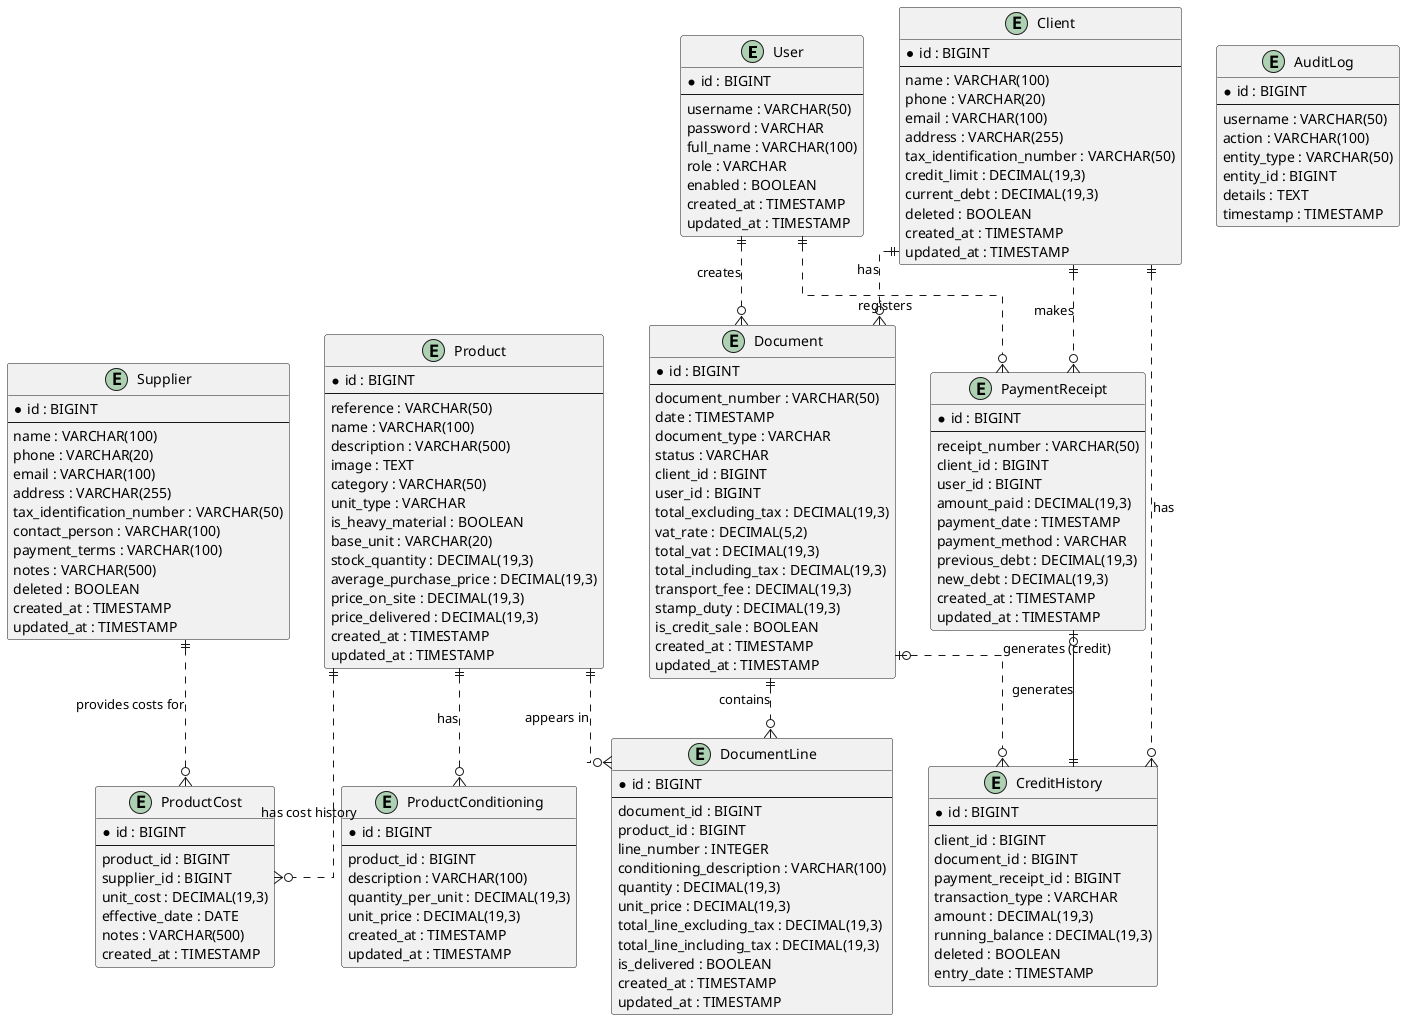
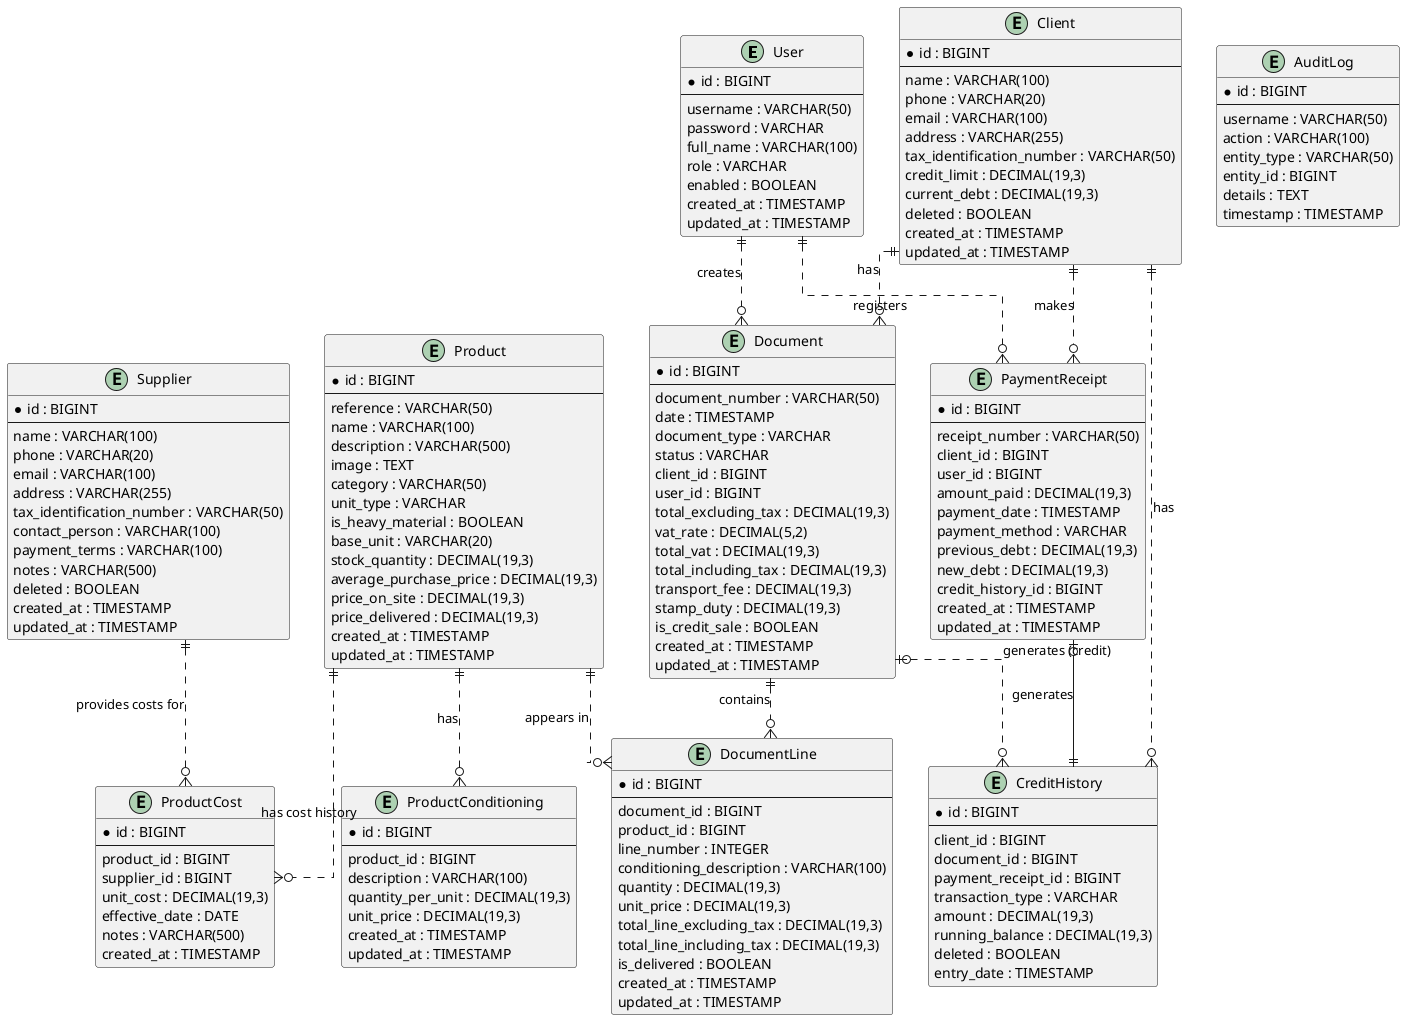
@startuml Hardware Store Entity Relationships
' INOVEXAHUB - Système de Gestion Commerciale et Point de Vente (POS)
' Sprint 1: Modélisation UML - Entity Relationships
' Version: 1.0 (MVP)

skinparam linetype ortho

entity "User" as user {
  *id : BIGINT
  --
  username : VARCHAR(50)
  password : VARCHAR
  full_name : VARCHAR(100)
  role : VARCHAR
  enabled : BOOLEAN
  created_at : TIMESTAMP
  updated_at : TIMESTAMP
}

entity "Client" as client {
  *id : BIGINT
  --
  name : VARCHAR(100)
  phone : VARCHAR(20)
  email : VARCHAR(100)
  address : VARCHAR(255)
  tax_identification_number : VARCHAR(50)
  credit_limit : DECIMAL(19,3)
  current_debt : DECIMAL(19,3)
  deleted : BOOLEAN
  created_at : TIMESTAMP
  updated_at : TIMESTAMP
}

entity "Supplier" as supplier {
  *id : BIGINT
  --
  name : VARCHAR(100)
  phone : VARCHAR(20)
  email : VARCHAR(100)
  address : VARCHAR(255)
  tax_identification_number : VARCHAR(50)
  contact_person : VARCHAR(100)
  payment_terms : VARCHAR(100)
  notes : VARCHAR(500)
  deleted : BOOLEAN
  created_at : TIMESTAMP
  updated_at : TIMESTAMP
}

entity "Product" as product {
  *id : BIGINT
  --
  reference : VARCHAR(50)
  name : VARCHAR(100)
  description : VARCHAR(500)
  image : TEXT
  category : VARCHAR(50)
  unit_type : VARCHAR
  is_heavy_material : BOOLEAN
  base_unit : VARCHAR(20)
  stock_quantity : DECIMAL(19,3)
  average_purchase_price : DECIMAL(19,3)
  price_on_site : DECIMAL(19,3)
  price_delivered : DECIMAL(19,3)
  created_at : TIMESTAMP
  updated_at : TIMESTAMP
}

entity "ProductConditioning" as conditioning {
  *id : BIGINT
  --
  product_id : BIGINT
  description : VARCHAR(100)
  quantity_per_unit : DECIMAL(19,3)
  unit_price : DECIMAL(19,3)
  created_at : TIMESTAMP
  updated_at : TIMESTAMP
}

entity "ProductCost" as product_cost {
  *id : BIGINT
  --
  product_id : BIGINT
  supplier_id : BIGINT
  unit_cost : DECIMAL(19,3)
  effective_date : DATE
  notes : VARCHAR(500)
  created_at : TIMESTAMP
}

entity "Document" as document {
  *id : BIGINT
  --
  document_number : VARCHAR(50)
  date : TIMESTAMP
  document_type : VARCHAR
  status : VARCHAR
  client_id : BIGINT
  user_id : BIGINT
  total_excluding_tax : DECIMAL(19,3)
  vat_rate : DECIMAL(5,2)
  total_vat : DECIMAL(19,3)
  total_including_tax : DECIMAL(19,3)
  transport_fee : DECIMAL(19,3)
  stamp_duty : DECIMAL(19,3)
  is_credit_sale : BOOLEAN
  created_at : TIMESTAMP
  updated_at : TIMESTAMP
}

entity "DocumentLine" as document_line {
  *id : BIGINT
  --
  document_id : BIGINT
  product_id : BIGINT
  line_number : INTEGER
  conditioning_description : VARCHAR(100)
  quantity : DECIMAL(19,3)
  unit_price : DECIMAL(19,3)
  total_line_excluding_tax : DECIMAL(19,3)
  total_line_including_tax : DECIMAL(19,3)
  is_delivered : BOOLEAN
  created_at : TIMESTAMP
  updated_at : TIMESTAMP
}

entity "PaymentReceipt" as payment_receipt {
  *id : BIGINT
  --
  receipt_number : VARCHAR(50)
  client_id : BIGINT
  user_id : BIGINT
  amount_paid : DECIMAL(19,3)
  payment_date : TIMESTAMP
  payment_method : VARCHAR
  previous_debt : DECIMAL(19,3)
  new_debt : DECIMAL(19,3)
+   credit_history_id : BIGINT
  created_at : TIMESTAMP
  updated_at : TIMESTAMP
}

entity "CreditHistory" as credit_history {
  *id : BIGINT
  --
  client_id : BIGINT
  document_id : BIGINT
  payment_receipt_id : BIGINT
  transaction_type : VARCHAR
  amount : DECIMAL(19,3)
  running_balance : DECIMAL(19,3)
  deleted : BOOLEAN
  entry_date : TIMESTAMP
}

entity "AuditLog" as audit_log {
  *id : BIGINT
  --
  username : VARCHAR(50)
  action : VARCHAR(100)
  entity_type : VARCHAR(50)
  entity_id : BIGINT
  details : TEXT
  timestamp : TIMESTAMP
}

' ============================================
' RELATIONSHIPS
' ============================================

user ||..o{ document : "creates"
user ||..o{ payment_receipt : "registers"

client ||..o{ document : "has"
client ||..o{ payment_receipt : "makes"
client ||..o{ credit_history : "has"

product ||..o{ conditioning : "has"
product ||..o{ product_cost : "has cost history"
product ||..o{ document_line : "appears in"

supplier ||..o{ product_cost : "provides costs for"

document ||..o{ document_line : "contains"
document |o..o{ credit_history : "generates (credit)"

payment_receipt |o--|| credit_history : "generates"

@enduml
